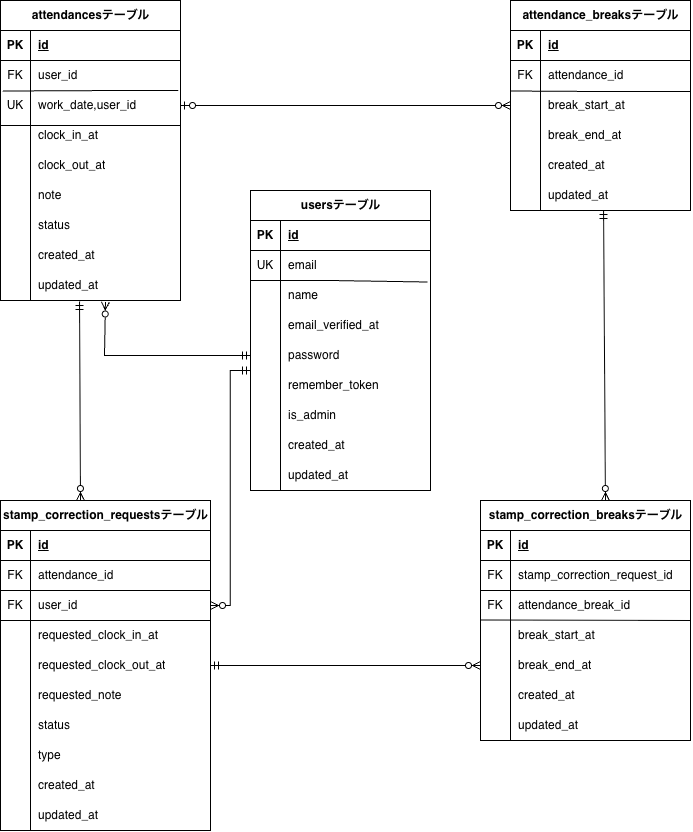
This is docs/attendance-app.png from yurinaniko/coachtech-attendance-app, a draw.io export, as it was before one commit. Source tidied: cells renumbered, new cells last; positions are measured from the earlier drawing's top-left corner, leaving out a move shared by most shapes.
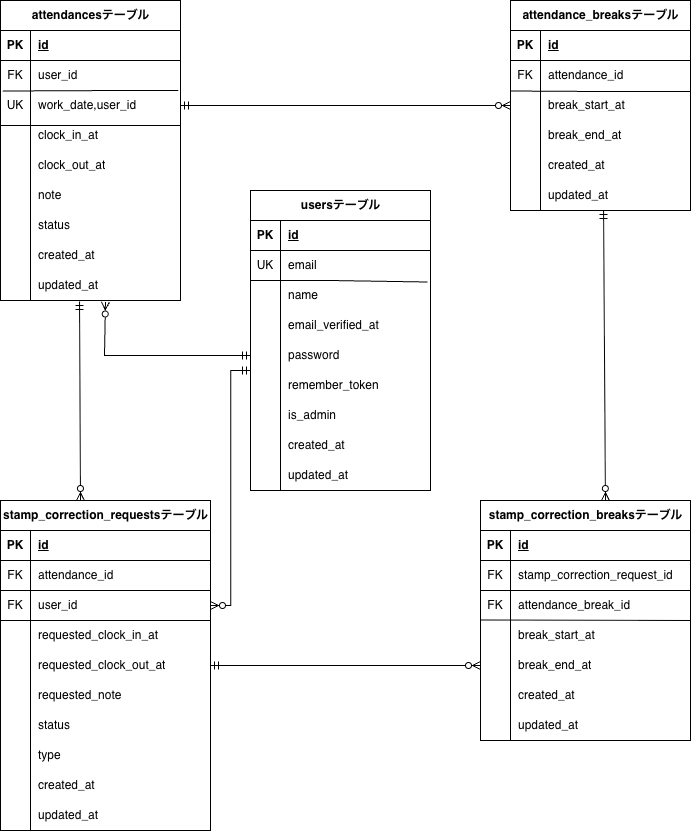
After the commit.

Diff of the diagram source:
```diff
@@ -452,7 +452,7 @@
         <mxPoint x="250" y="370" as="targetPoint" />
       </mxGeometry>
     </mxCell>
-    <mxCell id="140" style="edgeStyle=elbowEdgeStyle;rounded=0;jettySize=auto;html=1;exitX=1;exitY=0.5;exitDx=0;exitDy=0;startArrow=ERzeroToOne;startFill=0;endArrow=ERzeroToMany;endFill=0;" parent="1" edge="1" source="38" target="67">
+    <mxCell id="140" style="edgeStyle=elbowEdgeStyle;rounded=0;jettySize=auto;html=1;exitX=1;exitY=0.5;exitDx=0;exitDy=0;startArrow=ERmandOne;startFill=0;endArrow=ERzeroToMany;endFill=0;" parent="1" edge="1" source="38" target="67">
       <mxGeometry relative="1" as="geometry" />
     </mxCell>
     <mxCell id="141" style="edgeStyle=none;rounded=0;jettySize=auto;html=1;exitX=0;exitY=0.5;exitDx=0;exitDy=0;startArrow=ERmandOne;startFill=0;endArrow=ERzeroToMany;endFill=0;entryX=0.583;entryY=1.05;entryDx=0;entryDy=0;entryPerimeter=0;" parent="1" edge="1" source="15" target="56">
```
